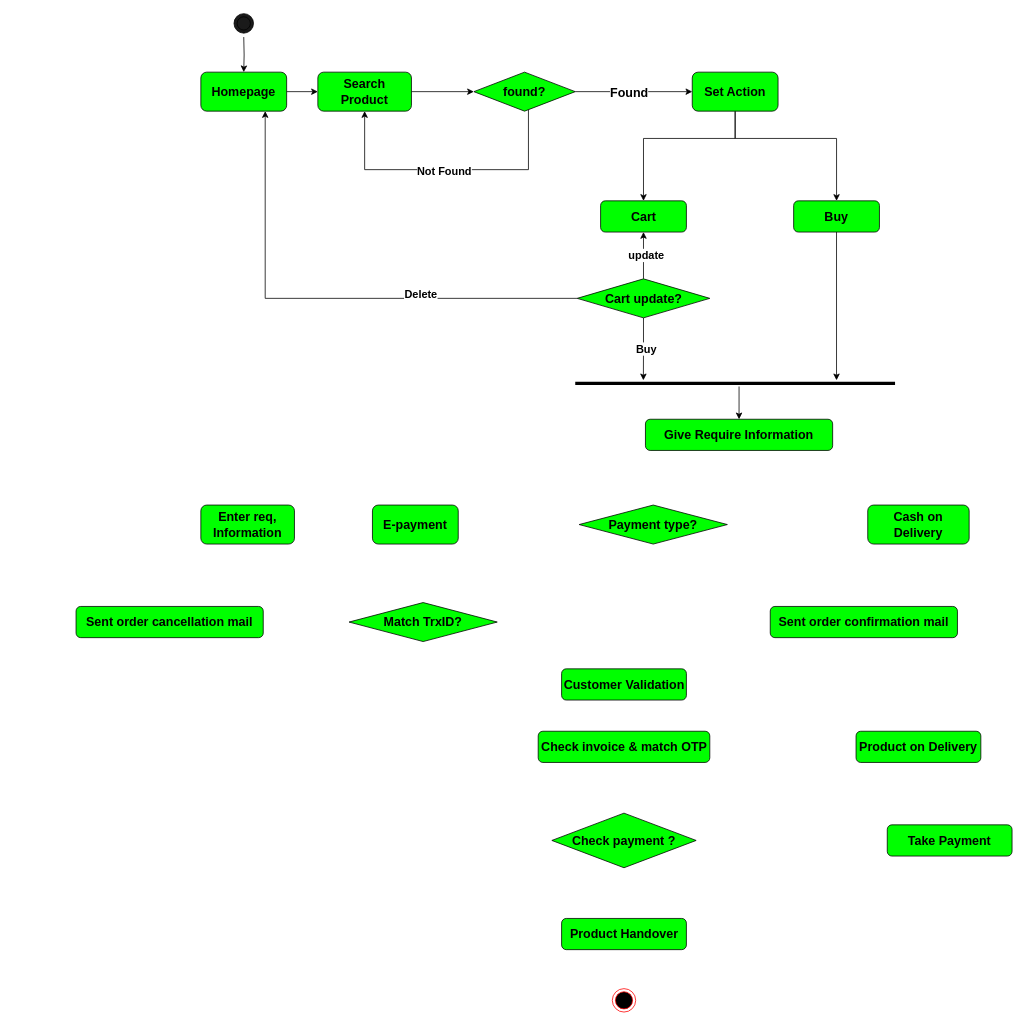
Above: customer order process activity.drawio in prashanta1542/default (draw.io), before the change. Source tidied: cells renumbered, new cells numbered last; positions are measured from the earlier drawing's top-left corner, leaving out a move shared by most shapes. Both pictures are drawn from the tidied source at 78%, with x=0, y=0 at pixel (76, 13).
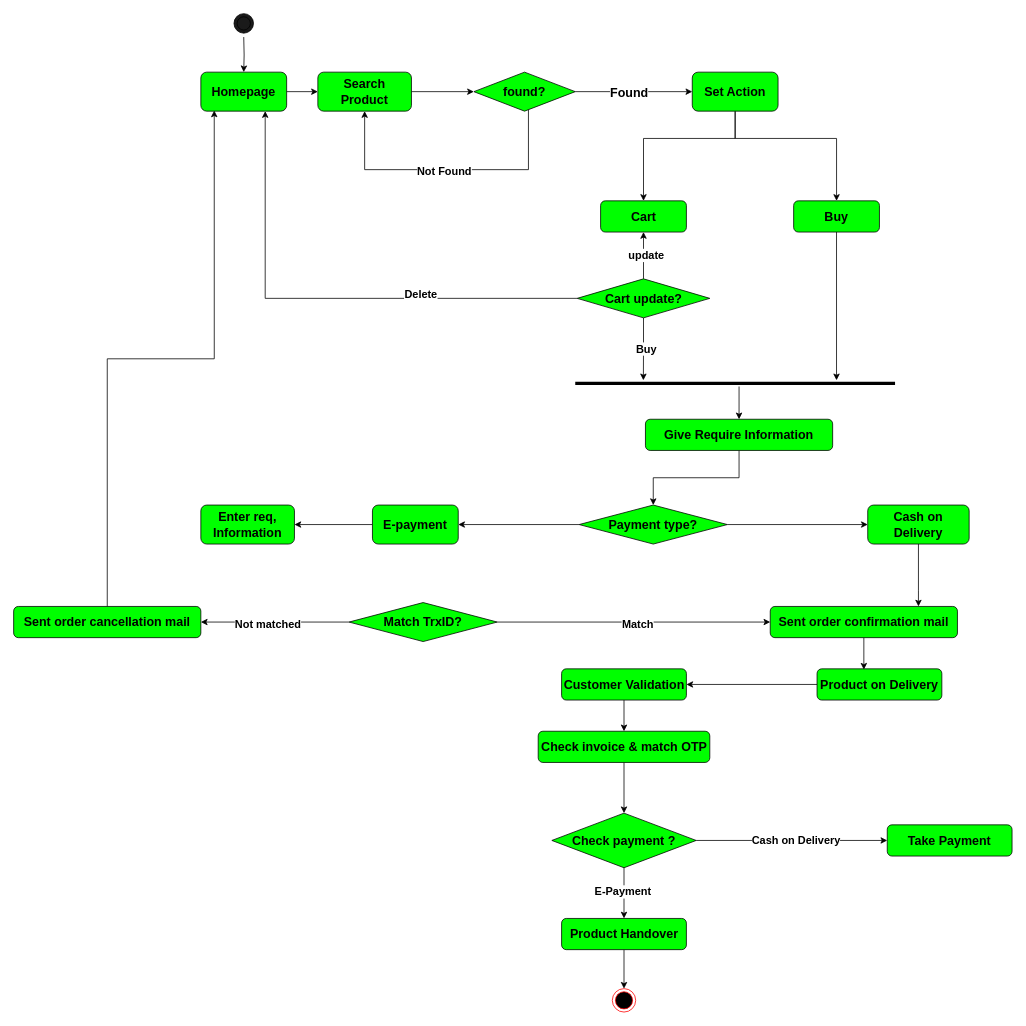
Above is the later version.

The change refers to these unchanged cells:
```xml
<mxCell id="3" value="Homepage" style="rounded=1;whiteSpace=wrap;html=1;fontSize=16;fontStyle=1;fillColor=#00FF00;" parent="1" vertex="1">
  <mxGeometry x="160" y="75" width="110" height="50" as="geometry" />
</mxCell>
<mxCell id="26" value="Give Require Information" style="rounded=1;whiteSpace=wrap;html=1;fontSize=16;fontStyle=1;fillColor=#00FF00;" parent="1" vertex="1">
  <mxGeometry x="730" y="520" width="240" height="40" as="geometry" />
</mxCell>
<mxCell id="27" value="Payment type?" style="rhombus;whiteSpace=wrap;html=1;fontSize=16;fontStyle=1;fillColor=#00FF00;" parent="1" vertex="1">
  <mxGeometry x="645" y="630" width="190" height="50" as="geometry" />
</mxCell>
<mxCell id="28" value="E-payment" style="rounded=1;whiteSpace=wrap;html=1;fontSize=16;fontStyle=1;fillColor=#00FF00;" parent="1" vertex="1">
  <mxGeometry x="380" y="630" width="110" height="50" as="geometry" />
</mxCell>
<mxCell id="29" value="Enter req, Information" style="rounded=1;whiteSpace=wrap;html=1;fontSize=16;fontStyle=1;fillColor=#00FF00;" parent="1" vertex="1">
  <mxGeometry x="160" y="630" width="120" height="50" as="geometry" />
</mxCell>
<mxCell id="30" value="Cash on Delivery" style="rounded=1;whiteSpace=wrap;html=1;fontSize=16;fontStyle=1;fillColor=#00FF00;" parent="1" vertex="1">
  <mxGeometry x="1015" y="630" width="130" height="50" as="geometry" />
</mxCell>
<mxCell id="31" value="Sent order confirmation mail" style="rounded=1;whiteSpace=wrap;html=1;fontSize=16;fontStyle=1;fillColor=#00FF00;" parent="1" vertex="1">
  <mxGeometry x="890" y="760" width="240" height="40" as="geometry" />
</mxCell>
<mxCell id="32" value="Match TrxID?" style="rhombus;whiteSpace=wrap;html=1;fontSize=16;fontStyle=1;fillColor=#00FF00;" parent="1" vertex="1">
  <mxGeometry x="350" y="755" width="190" height="50" as="geometry" />
</mxCell>
<mxCell id="35" value="Customer Validation" style="rounded=1;whiteSpace=wrap;html=1;fontSize=16;fontStyle=1;fillColor=#00FF00;" parent="1" vertex="1">
  <mxGeometry x="622.5" y="840" width="160" height="40" as="geometry" />
</mxCell>
<mxCell id="36" value="Check invoice &amp;amp; match OTP" style="rounded=1;whiteSpace=wrap;html=1;fontSize=16;fontStyle=1;fillColor=#00FF00;" parent="1" vertex="1">
  <mxGeometry x="592.5" y="920" width="220" height="40" as="geometry" />
</mxCell>
<mxCell id="37" value="Check payment ?" style="rhombus;whiteSpace=wrap;html=1;fontSize=16;fontStyle=1;fillColor=#00FF00;" parent="1" vertex="1">
  <mxGeometry x="610" y="1025" width="185" height="70" as="geometry" />
</mxCell>
<mxCell id="38" value="Take Payment" style="rounded=1;whiteSpace=wrap;html=1;fontSize=16;fontStyle=1;fillColor=#00FF00;" parent="1" vertex="1">
  <mxGeometry x="1040" y="1040" width="160" height="40" as="geometry" />
</mxCell>
<mxCell id="39" value="Product Handover" style="rounded=1;whiteSpace=wrap;html=1;fontSize=16;fontStyle=1;fillColor=#00FF00;" parent="1" vertex="1">
  <mxGeometry x="622.5" y="1160" width="160" height="40" as="geometry" />
</mxCell>
<mxCell id="40" style="ellipse;html=1;shape=endState;fillColor=#000000;strokeColor=#ff0000;" parent="1" vertex="1">
  <mxGeometry x="687.5" y="1250" width="30" height="30" as="geometry" />
</mxCell>
```

What changed in the source:
```diff
@@
+    <mxCell id="43" style="edgeStyle=orthogonalEdgeStyle;rounded=0;jettySize=auto;html=1;entryX=0.5;entryY=0;entryDx=0;entryDy=0;" parent="1" edge="1" source="26" target="27">
+      <mxGeometry relative="1" as="geometry" />
+    </mxCell>
@@
+    <mxCell id="44" style="edgeStyle=orthogonalEdgeStyle;rounded=0;jettySize=auto;html=1;entryX=0;entryY=0.5;entryDx=0;entryDy=0;" parent="1" edge="1" source="27" target="30">
+      <mxGeometry relative="1" as="geometry" />
+    </mxCell>
+    <mxCell id="45" style="edgeStyle=orthogonalEdgeStyle;rounded=0;jettySize=auto;html=1;entryX=1;entryY=0.5;entryDx=0;entryDy=0;" parent="1" edge="1" source="27" target="28">
+      <mxGeometry relative="1" as="geometry" />
+    </mxCell>
@@
+    <mxCell id="46" style="edgeStyle=orthogonalEdgeStyle;rounded=0;jettySize=auto;html=1;entryX=1;entryY=0.5;entryDx=0;entryDy=0;" parent="1" edge="1" source="28" target="29">
+      <mxGeometry relative="1" as="geometry" />
+    </mxCell>
@@
+    <mxCell id="47" style="edgeStyle=orthogonalEdgeStyle;rounded=0;jettySize=auto;html=1;" parent="1" edge="1" source="30" target="31">
+      <mxGeometry relative="1" as="geometry">
+        <Array as="points">
+          <mxPoint x="1080" y="740" />
+          <mxPoint x="1080" y="740" />
+        </Array>
+      </mxGeometry>
+    </mxCell>
@@
+    <mxCell id="48" style="edgeStyle=orthogonalEdgeStyle;rounded=0;jettySize=auto;html=1;entryX=0.375;entryY=0.025;entryDx=0;entryDy=0;entryPerimeter=0;" parent="1" edge="1" source="31" target="34">
+      <mxGeometry relative="1" as="geometry" />
+    </mxCell>
@@
+    <mxCell id="49" style="edgeStyle=orthogonalEdgeStyle;rounded=0;jettySize=auto;html=1;entryX=0;entryY=0.5;entryDx=0;entryDy=0;" parent="1" edge="1" source="32" target="31">
+      <mxGeometry relative="1" as="geometry" />
+    </mxCell>
+    <mxCell id="50" value="&lt;font style=&quot;font-size: 14px;&quot;&gt;&lt;b&gt;Match&lt;/b&gt;&lt;/font&gt;" style="edgeLabel;html=1;align=center;verticalAlign=middle;" parent="49" vertex="1">
+      <mxGeometry x="0.02" y="-2" relative="1" as="geometry" />
+    </mxCell>
+    <mxCell id="51" style="edgeStyle=orthogonalEdgeStyle;rounded=0;jettySize=auto;html=1;entryX=1;entryY=0.5;entryDx=0;entryDy=0;" parent="1" edge="1" source="32" target="33">
+      <mxGeometry relative="1" as="geometry" />
+    </mxCell>
+    <mxCell id="52" value="&lt;font style=&quot;font-size: 14px;&quot;&gt;&lt;b&gt;Not matched&lt;/b&gt;&lt;/font&gt;" style="edgeLabel;html=1;align=center;verticalAlign=middle;" parent="51" vertex="1">
+      <mxGeometry x="0.11" y="2" relative="1" as="geometry" />
+    </mxCell>
@@
+    <mxCell id="53" style="edgeStyle=orthogonalEdgeStyle;rounded=0;jettySize=auto;html=1;entryX=0.156;entryY=0.984;entryDx=0;entryDy=0;entryPerimeter=0;" parent="1" edge="1" source="33" target="3">
+      <mxGeometry relative="1" as="geometry" />
+    </mxCell>
     <mxCell id="33" value="Sent order cancellation mail" style="rounded=1;whiteSpace=wrap;html=1;fontSize=16;fontStyle=1;fillColor=#00FF00;" parent="1" vertex="1">
-      <mxGeometry y="760" width="240" height="40" as="geometry" />
+      <mxGeometry x="-80" y="760" width="240" height="40" as="geometry" />
     </mxCell>
+    <mxCell id="54" style="edgeStyle=orthogonalEdgeStyle;rounded=0;jettySize=auto;html=1;entryX=1;entryY=0.5;entryDx=0;entryDy=0;" parent="1" edge="1" source="34" target="35">
+      <mxGeometry relative="1" as="geometry" />
+    </mxCell>
     <mxCell id="34" value="Product on Delivery" style="rounded=1;whiteSpace=wrap;html=1;fontSize=16;fontStyle=1;fillColor=#00FF00;" parent="1" vertex="1">
-      <mxGeometry x="1000" y="920" width="160" height="40" as="geometry" />
+      <mxGeometry x="950" y="840" width="160" height="40" as="geometry" />
     </mxCell>
+    <mxCell id="55" style="edgeStyle=orthogonalEdgeStyle;rounded=0;jettySize=auto;html=1;entryX=0.5;entryY=0;entryDx=0;entryDy=0;" parent="1" edge="1" source="35" target="36">
+      <mxGeometry relative="1" as="geometry" />
+    </mxCell>
@@
+    <mxCell id="56" style="edgeStyle=orthogonalEdgeStyle;rounded=0;jettySize=auto;html=1;entryX=0.5;entryY=0;entryDx=0;entryDy=0;" parent="1" edge="1" source="36" target="37">
+      <mxGeometry relative="1" as="geometry" />
+    </mxCell>
@@
+    <mxCell id="57" style="edgeStyle=orthogonalEdgeStyle;rounded=0;jettySize=auto;html=1;entryX=0;entryY=0.5;entryDx=0;entryDy=0;" parent="1" edge="1" source="37" target="38">
+      <mxGeometry relative="1" as="geometry" />
+    </mxCell>
+    <mxCell id="58" value="&lt;font style=&quot;font-size: 14px;&quot;&gt;&lt;b&gt;Cash on Delivery&lt;/b&gt;&lt;/font&gt;" style="edgeLabel;html=1;align=center;verticalAlign=middle;" parent="57" vertex="1">
+      <mxGeometry x="0.04" y="1" relative="1" as="geometry" />
+    </mxCell>
+    <mxCell id="59" style="edgeStyle=orthogonalEdgeStyle;rounded=0;jettySize=auto;html=1;entryX=0.5;entryY=0;entryDx=0;entryDy=0;" parent="1" edge="1" source="37" target="39">
+      <mxGeometry relative="1" as="geometry" />
+    </mxCell>
+    <mxCell id="60" value="&lt;font style=&quot;font-size: 14px;&quot;&gt;&lt;b&gt;E-Payment&lt;/b&gt;&lt;/font&gt;" style="edgeLabel;html=1;align=center;verticalAlign=middle;" parent="59" vertex="1">
+      <mxGeometry x="-0.09" y="-2" relative="1" as="geometry" />
+    </mxCell>
@@
+    <mxCell id="61" style="edgeStyle=orthogonalEdgeStyle;rounded=0;jettySize=auto;html=1;entryX=0.5;entryY=0;entryDx=0;entryDy=0;" parent="1" edge="1" source="39" target="40">
+      <mxGeometry relative="1" as="geometry" />
+    </mxCell>
```
